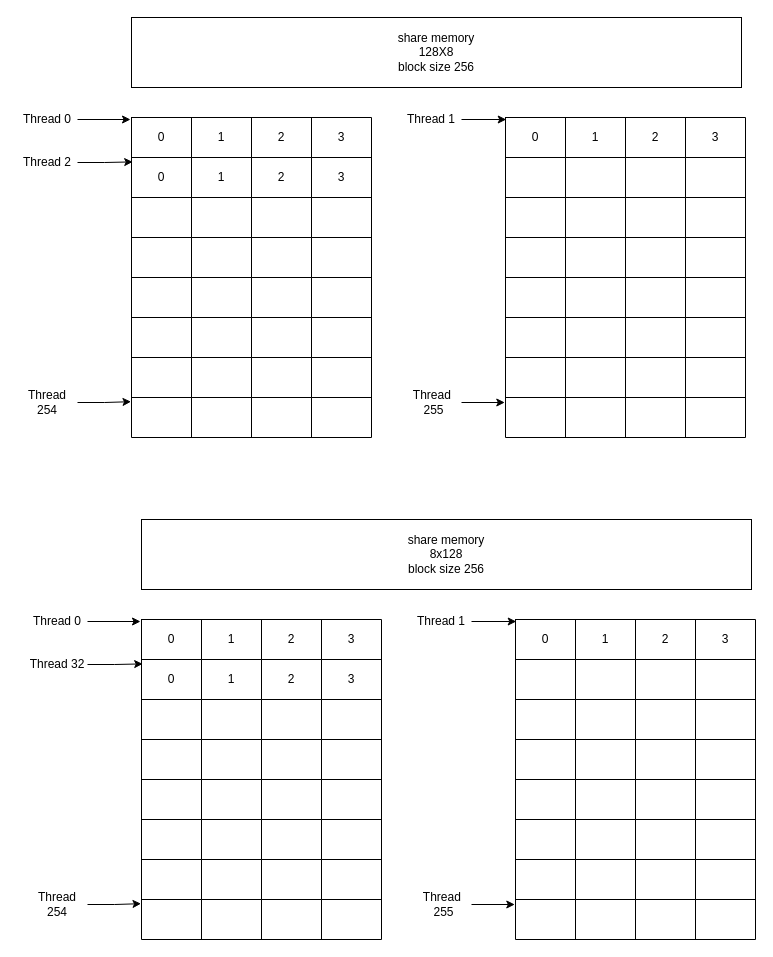
COthello/mesadoc keeps this draw.io diagram as cuda_matmul.drawio. Above is the earlier version. Source tidied: cells renumbered, new cells numbered last; positions are measured from the earlier drawing's top-left corner, leaving out a move shared by most shapes. Both pictures are drawn from the tidied source at 100%, with x=0, y=0 at pixel (17, 17).
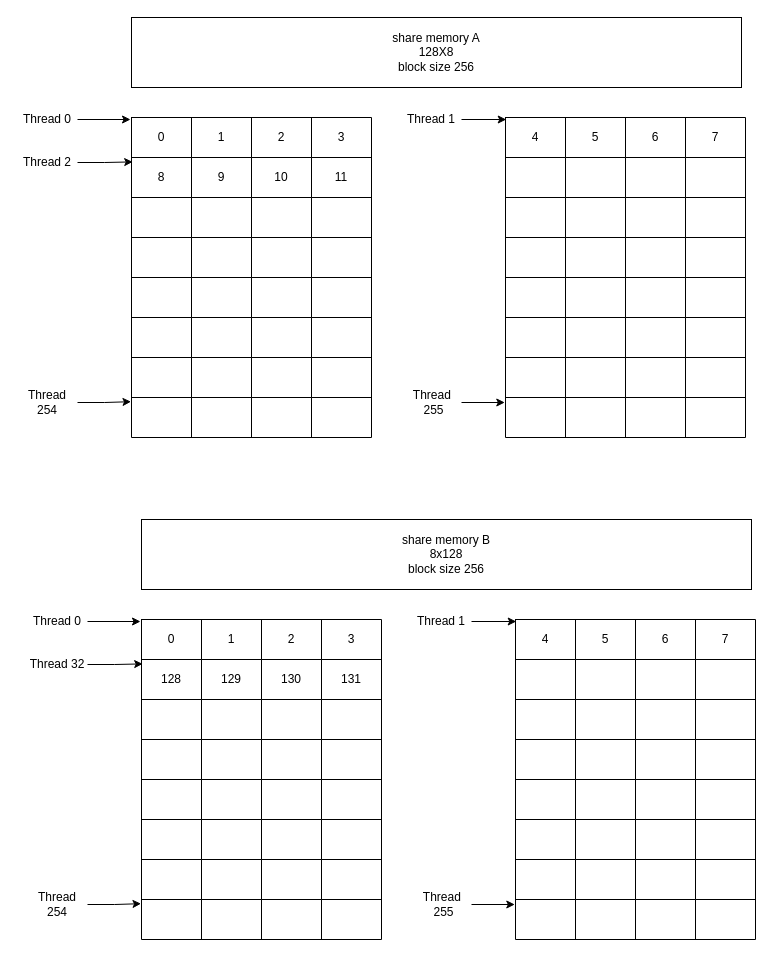
Above is the later version.

The change refers to these unchanged cells:
```xml
<mxCell id="10" style="shape=tableRow;horizontal=0;startSize=0;swimlaneHead=0;swimlaneBody=0;strokeColor=inherit;top=0;left=0;bottom=0;right=0;fillColor=none;points=[[0,0.5],[1,0.5]];portConstraint=eastwest;" parent="4" vertex="1">
  <mxGeometry y="40" width="240" height="40" as="geometry" />
</mxCell>
<mxCell id="47" style="shape=tableRow;horizontal=0;startSize=0;swimlaneHead=0;swimlaneBody=0;strokeColor=inherit;top=0;left=0;bottom=0;right=0;fillColor=none;points=[[0,0.5],[1,0.5]];portConstraint=eastwest;" parent="46" vertex="1">
  <mxGeometry width="240" height="40" as="geometry" />
</mxCell>
<mxCell id="103" style="shape=tableRow;horizontal=0;startSize=0;swimlaneHead=0;swimlaneBody=0;strokeColor=inherit;top=0;left=0;bottom=0;right=0;fillColor=none;points=[[0,0.5],[1,0.5]];portConstraint=eastwest;" parent="97" vertex="1">
  <mxGeometry y="40" width="240" height="40" as="geometry" />
</mxCell>
<mxCell id="140" style="shape=tableRow;horizontal=0;startSize=0;swimlaneHead=0;swimlaneBody=0;strokeColor=inherit;top=0;left=0;bottom=0;right=0;fillColor=none;points=[[0,0.5],[1,0.5]];portConstraint=eastwest;" parent="139" vertex="1">
  <mxGeometry width="240" height="40" as="geometry" />
</mxCell>
```

Change to the diagram source:
```diff
@@
-    <mxCell id="11" value="0" style="shape=partialRectangle;html=1;whiteSpace=wrap;strokeColor=inherit;overflow=hidden;fillColor=none;top=0;left=0;bottom=0;right=0;" parent="10" vertex="1">
+    <mxCell id="11" value="8" style="shape=partialRectangle;html=1;whiteSpace=wrap;strokeColor=inherit;overflow=hidden;fillColor=none;top=0;left=0;bottom=0;right=0;" parent="10" vertex="1">
       <mxGeometry width="60" height="40" as="geometry" />
     </mxCell>
-    <mxCell id="12" value="1" style="shape=partialRectangle;html=1;whiteSpace=wrap;strokeColor=inherit;overflow=hidden;fillColor=none;top=0;left=0;bottom=0;right=0;" parent="10" vertex="1">
+    <mxCell id="12" value="9" style="shape=partialRectangle;html=1;whiteSpace=wrap;strokeColor=inherit;overflow=hidden;fillColor=none;top=0;left=0;bottom=0;right=0;" parent="10" vertex="1">
       <mxGeometry x="60" width="60" height="40" as="geometry" />
     </mxCell>
-    <mxCell id="13" value="2" style="shape=partialRectangle;html=1;whiteSpace=wrap;strokeColor=inherit;overflow=hidden;fillColor=none;top=0;left=0;bottom=0;right=0;" parent="10" vertex="1">
+    <mxCell id="13" value="10" style="shape=partialRectangle;html=1;whiteSpace=wrap;strokeColor=inherit;overflow=hidden;fillColor=none;top=0;left=0;bottom=0;right=0;" parent="10" vertex="1">
       <mxGeometry x="120" width="60" height="40" as="geometry" />
     </mxCell>
-    <mxCell id="14" value="3" style="shape=partialRectangle;html=1;whiteSpace=wrap;strokeColor=inherit;overflow=hidden;fillColor=none;top=0;left=0;bottom=0;right=0;" parent="10" vertex="1">
+    <mxCell id="14" value="11" style="shape=partialRectangle;html=1;whiteSpace=wrap;strokeColor=inherit;overflow=hidden;fillColor=none;top=0;left=0;bottom=0;right=0;" parent="10" vertex="1">
       <mxGeometry x="180" width="60" height="40" as="geometry" />
     </mxCell>
@@
-    <mxCell id="48" value="0" style="shape=partialRectangle;html=1;whiteSpace=wrap;strokeColor=inherit;overflow=hidden;fillColor=none;top=0;left=0;bottom=0;right=0;" parent="47" vertex="1">
+    <mxCell id="48" value="4" style="shape=partialRectangle;html=1;whiteSpace=wrap;strokeColor=inherit;overflow=hidden;fillColor=none;top=0;left=0;bottom=0;right=0;" parent="47" vertex="1">
       <mxGeometry width="60" height="40" as="geometry" />
     </mxCell>
-    <mxCell id="49" value="1" style="shape=partialRectangle;html=1;whiteSpace=wrap;strokeColor=inherit;overflow=hidden;fillColor=none;top=0;left=0;bottom=0;right=0;" parent="47" vertex="1">
+    <mxCell id="49" value="5" style="shape=partialRectangle;html=1;whiteSpace=wrap;strokeColor=inherit;overflow=hidden;fillColor=none;top=0;left=0;bottom=0;right=0;" parent="47" vertex="1">
       <mxGeometry x="60" width="60" height="40" as="geometry" />
     </mxCell>
-    <mxCell id="50" value="2" style="shape=partialRectangle;html=1;whiteSpace=wrap;strokeColor=inherit;overflow=hidden;fillColor=none;top=0;left=0;bottom=0;right=0;" parent="47" vertex="1">
+    <mxCell id="50" value="6" style="shape=partialRectangle;html=1;whiteSpace=wrap;strokeColor=inherit;overflow=hidden;fillColor=none;top=0;left=0;bottom=0;right=0;" parent="47" vertex="1">
       <mxGeometry x="120" width="60" height="40" as="geometry" />
     </mxCell>
-    <mxCell id="51" value="3" style="shape=partialRectangle;html=1;whiteSpace=wrap;strokeColor=inherit;overflow=hidden;fillColor=none;top=0;left=0;bottom=0;right=0;" parent="47" vertex="1">
+    <mxCell id="51" value="7" style="shape=partialRectangle;html=1;whiteSpace=wrap;strokeColor=inherit;overflow=hidden;fillColor=none;top=0;left=0;bottom=0;right=0;" parent="47" vertex="1">
       <mxGeometry x="180" width="60" height="40" as="geometry" />
     </mxCell>
@@
-    <mxCell id="90" value="share memory&lt;br&gt;128X8&lt;br&gt;block size 256" style="rounded=0;whiteSpace=wrap;html=1;" parent="1" vertex="1">
+    <mxCell id="90" value="share memory A&lt;br&gt;128X8&lt;br&gt;block size 256" style="rounded=0;whiteSpace=wrap;html=1;" parent="1" vertex="1">
       <mxGeometry x="114" width="610" height="70" as="geometry" />
     </mxCell>
@@
-    <mxCell id="104" value="0" style="shape=partialRectangle;html=1;whiteSpace=wrap;strokeColor=inherit;overflow=hidden;fillColor=none;top=0;left=0;bottom=0;right=0;" parent="103" vertex="1">
+    <mxCell id="104" value="128" style="shape=partialRectangle;html=1;whiteSpace=wrap;strokeColor=inherit;overflow=hidden;fillColor=none;top=0;left=0;bottom=0;right=0;" parent="103" vertex="1">
       <mxGeometry width="60" height="40" as="geometry" />
     </mxCell>
-    <mxCell id="105" value="1" style="shape=partialRectangle;html=1;whiteSpace=wrap;strokeColor=inherit;overflow=hidden;fillColor=none;top=0;left=0;bottom=0;right=0;" parent="103" vertex="1">
+    <mxCell id="105" value="129" style="shape=partialRectangle;html=1;whiteSpace=wrap;strokeColor=inherit;overflow=hidden;fillColor=none;top=0;left=0;bottom=0;right=0;" parent="103" vertex="1">
       <mxGeometry x="60" width="60" height="40" as="geometry" />
     </mxCell>
-    <mxCell id="106" value="2" style="shape=partialRectangle;html=1;whiteSpace=wrap;strokeColor=inherit;overflow=hidden;fillColor=none;top=0;left=0;bottom=0;right=0;" parent="103" vertex="1">
+    <mxCell id="106" value="130" style="shape=partialRectangle;html=1;whiteSpace=wrap;strokeColor=inherit;overflow=hidden;fillColor=none;top=0;left=0;bottom=0;right=0;" parent="103" vertex="1">
       <mxGeometry x="120" width="60" height="40" as="geometry" />
     </mxCell>
-    <mxCell id="107" value="3" style="shape=partialRectangle;html=1;whiteSpace=wrap;strokeColor=inherit;overflow=hidden;fillColor=none;top=0;left=0;bottom=0;right=0;" parent="103" vertex="1">
+    <mxCell id="107" value="131" style="shape=partialRectangle;html=1;whiteSpace=wrap;strokeColor=inherit;overflow=hidden;fillColor=none;top=0;left=0;bottom=0;right=0;" parent="103" vertex="1">
       <mxGeometry x="180" width="60" height="40" as="geometry" />
     </mxCell>
@@
-    <mxCell id="141" value="0" style="shape=partialRectangle;html=1;whiteSpace=wrap;strokeColor=inherit;overflow=hidden;fillColor=none;top=0;left=0;bottom=0;right=0;" parent="140" vertex="1">
+    <mxCell id="141" value="4" style="shape=partialRectangle;html=1;whiteSpace=wrap;strokeColor=inherit;overflow=hidden;fillColor=none;top=0;left=0;bottom=0;right=0;" parent="140" vertex="1">
       <mxGeometry width="60" height="40" as="geometry" />
     </mxCell>
-    <mxCell id="142" value="1" style="shape=partialRectangle;html=1;whiteSpace=wrap;strokeColor=inherit;overflow=hidden;fillColor=none;top=0;left=0;bottom=0;right=0;" parent="140" vertex="1">
+    <mxCell id="142" value="5" style="shape=partialRectangle;html=1;whiteSpace=wrap;strokeColor=inherit;overflow=hidden;fillColor=none;top=0;left=0;bottom=0;right=0;" parent="140" vertex="1">
       <mxGeometry x="60" width="60" height="40" as="geometry" />
     </mxCell>
-    <mxCell id="143" value="2" style="shape=partialRectangle;html=1;whiteSpace=wrap;strokeColor=inherit;overflow=hidden;fillColor=none;top=0;left=0;bottom=0;right=0;" parent="140" vertex="1">
+    <mxCell id="143" value="6" style="shape=partialRectangle;html=1;whiteSpace=wrap;strokeColor=inherit;overflow=hidden;fillColor=none;top=0;left=0;bottom=0;right=0;" parent="140" vertex="1">
       <mxGeometry x="120" width="60" height="40" as="geometry" />
     </mxCell>
-    <mxCell id="144" value="3" style="shape=partialRectangle;html=1;whiteSpace=wrap;strokeColor=inherit;overflow=hidden;fillColor=none;top=0;left=0;bottom=0;right=0;" parent="140" vertex="1">
+    <mxCell id="144" value="7" style="shape=partialRectangle;html=1;whiteSpace=wrap;strokeColor=inherit;overflow=hidden;fillColor=none;top=0;left=0;bottom=0;right=0;" parent="140" vertex="1">
       <mxGeometry x="180" width="60" height="40" as="geometry" />
     </mxCell>
@@
-    <mxCell id="183" value="share memory&lt;br&gt;8x128&lt;br&gt;block size 256" style="rounded=0;whiteSpace=wrap;html=1;" parent="1" vertex="1">
+    <mxCell id="183" value="share memory B&lt;br&gt;8x128&lt;br&gt;block size 256" style="rounded=0;whiteSpace=wrap;html=1;" parent="1" vertex="1">
       <mxGeometry x="124" y="502" width="610" height="70" as="geometry" />
     </mxCell>
```
